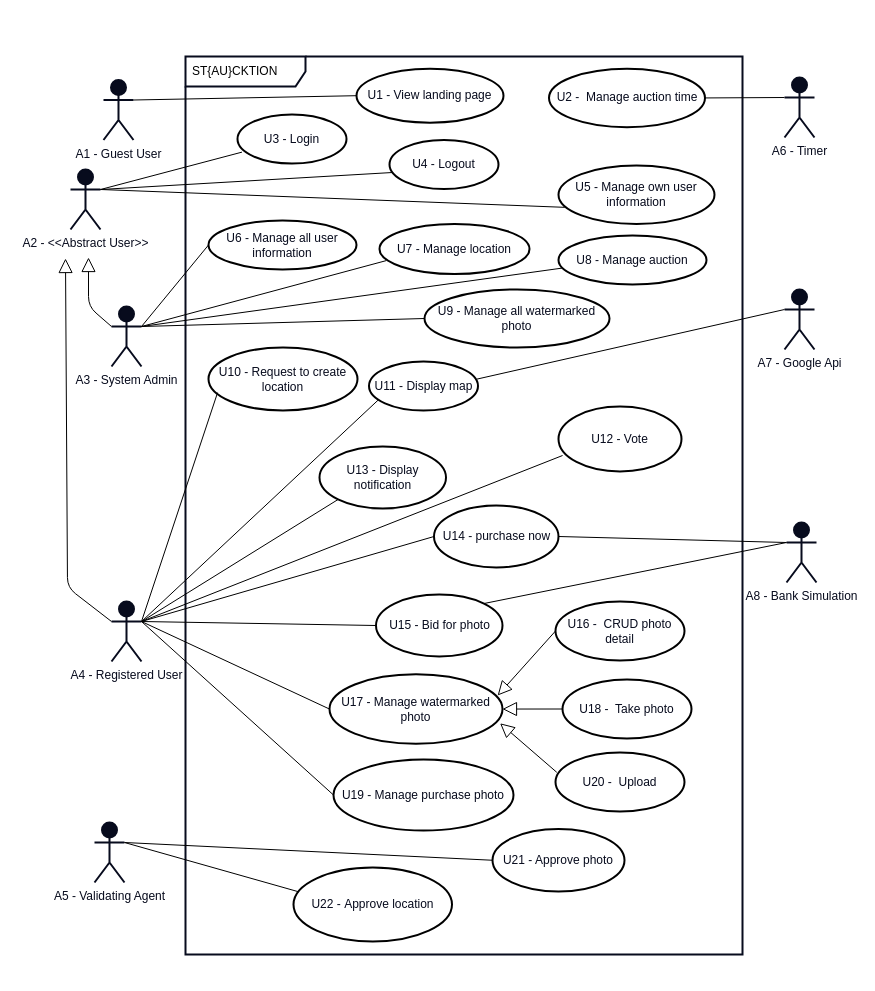
This is diagrams/use-case-diagram/staucktion/use-case-diagram.drawio from staucktion/docs, a draw.io file, before an edit. Source tidied: cells renumbered, new cells numbered last; positions are measured from the earlier drawing's top-left corner, leaving out a move shared by most shapes. Both pictures are drawn from the tidied source at 100%, with x=0, y=0 at pixel (18, 18).
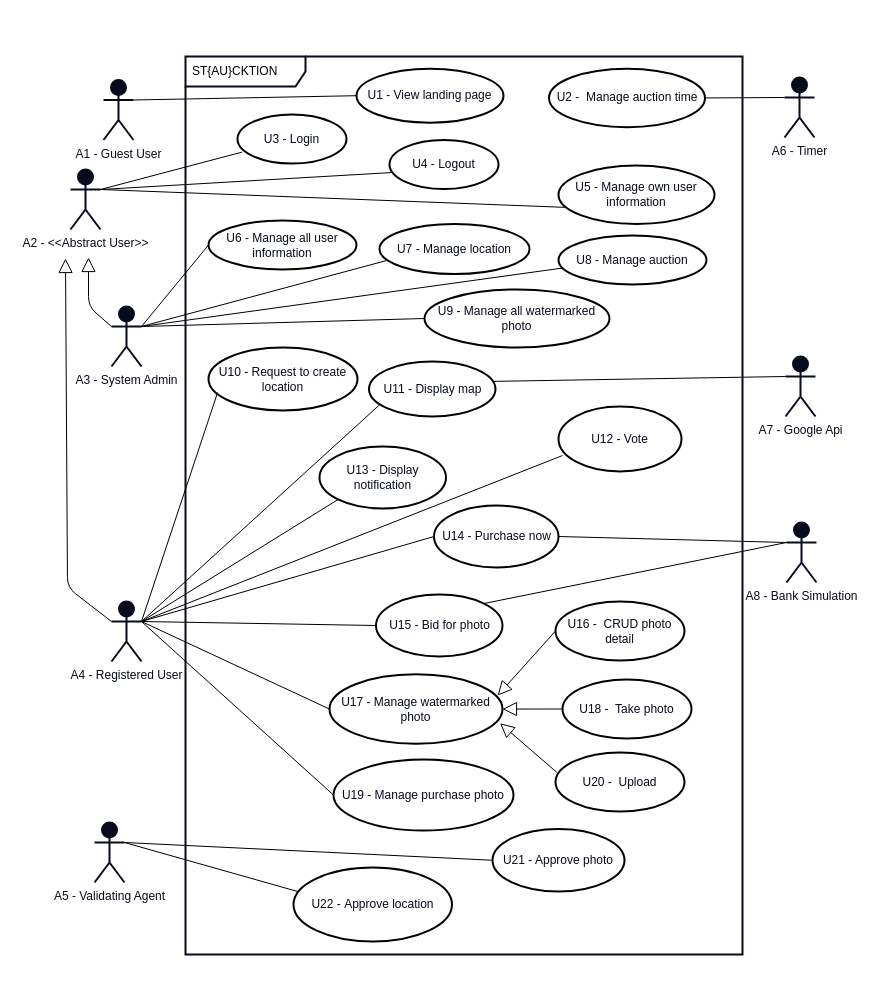
Above is the later version.

Commit message (it also covers changes not shown here):
update use case diagram

Diff of the diagram source:
```diff
@@
     <mxCell id="12" value="&lt;font color=&quot;#070b1d&quot;&gt;A7 - Google Api&lt;br&gt;&lt;/font&gt;" style="shape=umlActor;verticalLabelPosition=bottom;verticalAlign=top;html=1;strokeColor=#070B1D;strokeWidth=2;fillColor=#070B1D;gradientColor=none;" parent="1" vertex="1">
-      <mxGeometry x="766" y="271" width="30" height="60" as="geometry" />
+      <mxGeometry x="767" y="338" width="30" height="60" as="geometry" />
     </mxCell>
@@
-    <mxCell id="14" value="U14 - purchase now" style="ellipse;whiteSpace=wrap;html=1;strokeColor=#000000;strokeWidth=2;fontColor=#070B1D;fillColor=none;gradientColor=none;" parent="1" vertex="1">
+    <mxCell id="14" value="U14 - Purchase now" style="ellipse;whiteSpace=wrap;html=1;strokeColor=#000000;strokeWidth=2;fontColor=#070B1D;fillColor=none;gradientColor=none;" parent="1" vertex="1">
       <mxGeometry x="415.5" y="487" width="124.5" height="62" as="geometry" />
     </mxCell>
@@
     <mxCell id="38" value="U11 -&amp;nbsp;Display map" style="ellipse;whiteSpace=wrap;html=1;strokeColor=#000000;strokeWidth=2;fontColor=#070B1D;fillColor=none;gradientColor=none;" parent="1" vertex="1">
-      <mxGeometry x="350.5" y="343" width="109" height="49" as="geometry" />
+      <mxGeometry x="350.5" y="343" width="126.5" height="55" as="geometry" />
     </mxCell>
```
